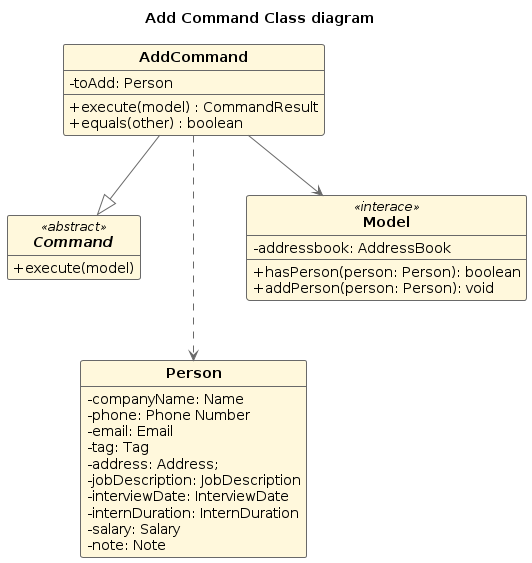
Above: diagrams/AddCommandClassDiagram.png in AY2324S2-CS2103T-F14-1/tp (PlantUML), before the change. Its source is kept beside it as diagrams/AddCommandClassDiagram.puml. Its diagram source:
```plantuml
@startuml

hide empty attributes
hide empty methods
hide circle

skinparam shadowing false
skinparam classFontStyle Bold
skinparam ActivityBackgroundColor Silver
skinparam ActivityBorderColor DimGray

skinparam classAttributeIconSize 0

skinparam class {
    BackgroundColor Cornsilk
    ArrowColor DimGray
    BorderThickness 1
    BorderColor DimGray
}

title "Add Command Class diagram"

class "AddCommand" as Object\AddCommand {
     - toAdd: Person
     + execute(model) : CommandResult
     + equals(other) : boolean
}

Interface "Command" as Object\Command <<abstract>> {
    + execute(model)
}

class "Person" as Object\Person {
    - companyName: Name
    - phone: Phone Number
    - email: Email
    - tag: Tag
    - address: Address;
    - jobDescription: JobDescription
    - interviewDate: InterviewDate
    - internDuration: InternDuration
    - salary: Salary
    - note: Note
}

class "Model" as Object\Model <<interace>> {
    - addressbook: AddressBook
    + hasPerson(person: Person): boolean
    + addPerson(person: Person): void
}

Object\AddCommand --> Object\Model
Object\AddCommand ...> Object\Person
Object\AddCommand --|> Object\Command

@enduml
```
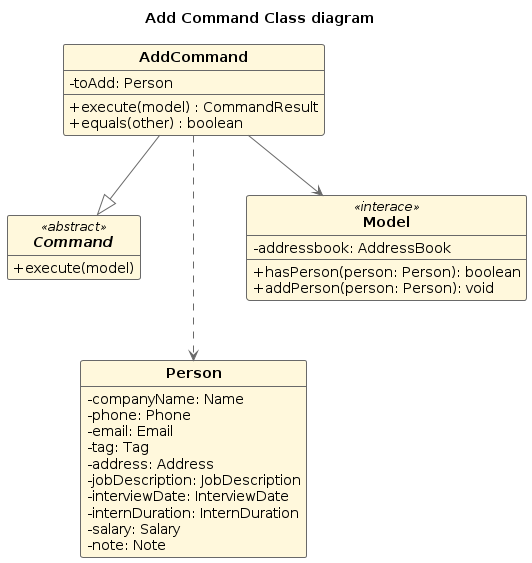
After the commit.

Change to the diagram source:
```diff
@@ -32,10 +32,10 @@
 
 class "Person" as Object\Person {
     - companyName: Name
-    - phone: Phone Number
+    - phone: Phone
     - email: Email
     - tag: Tag
-    - address: Address;
+    - address: Address
     - jobDescription: JobDescription
     - interviewDate: InterviewDate
     - internDuration: InternDuration
```
